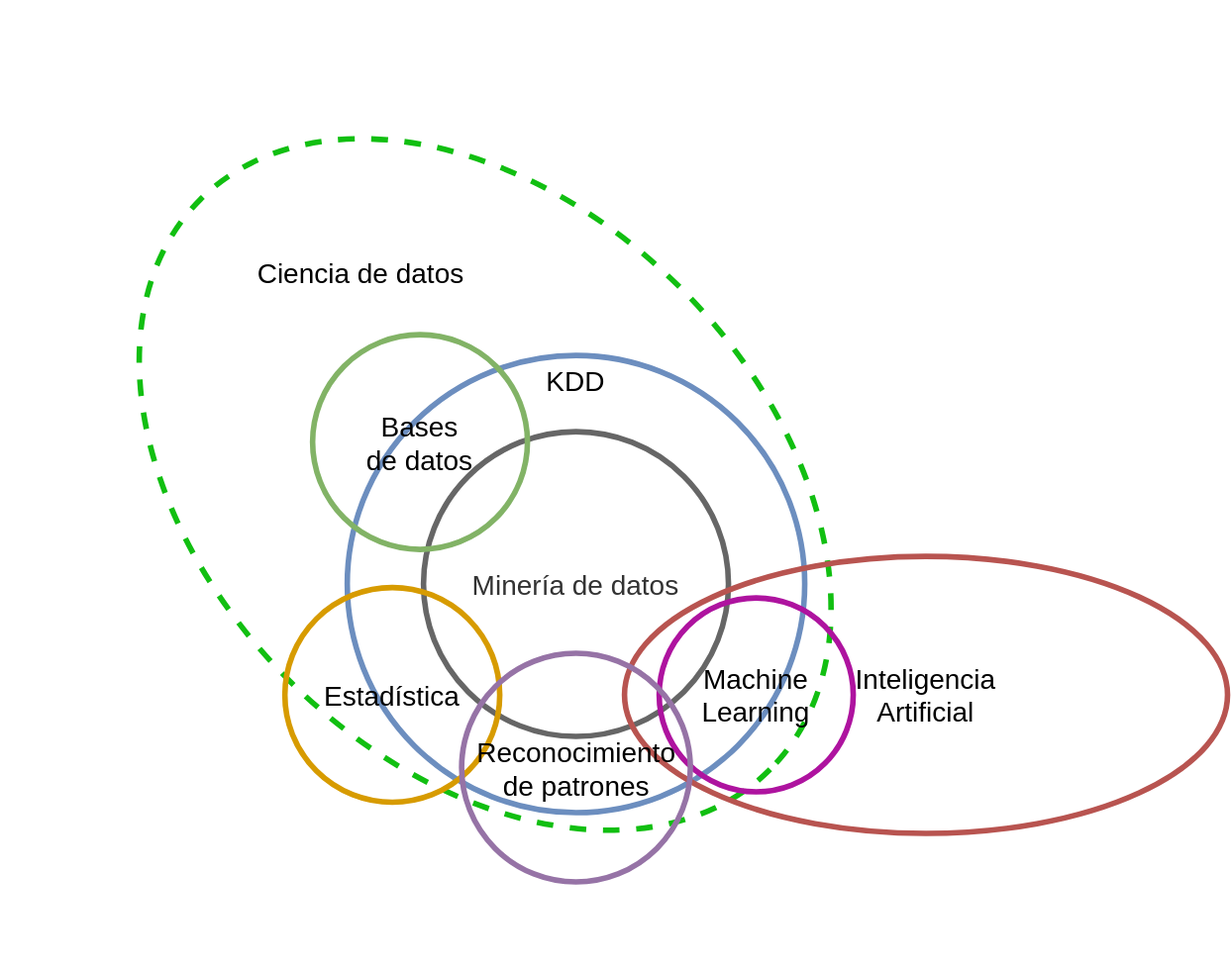
Earlier version of the draw.io export Project/Latex/figures/ciencia-de-datos.drawio.svg (nonodev96/RNA_SI). Source tidied: cells renumbered, new cells last; positions are measured from the earlier drawing's top-left corner, leaving out a move shared by most shapes.
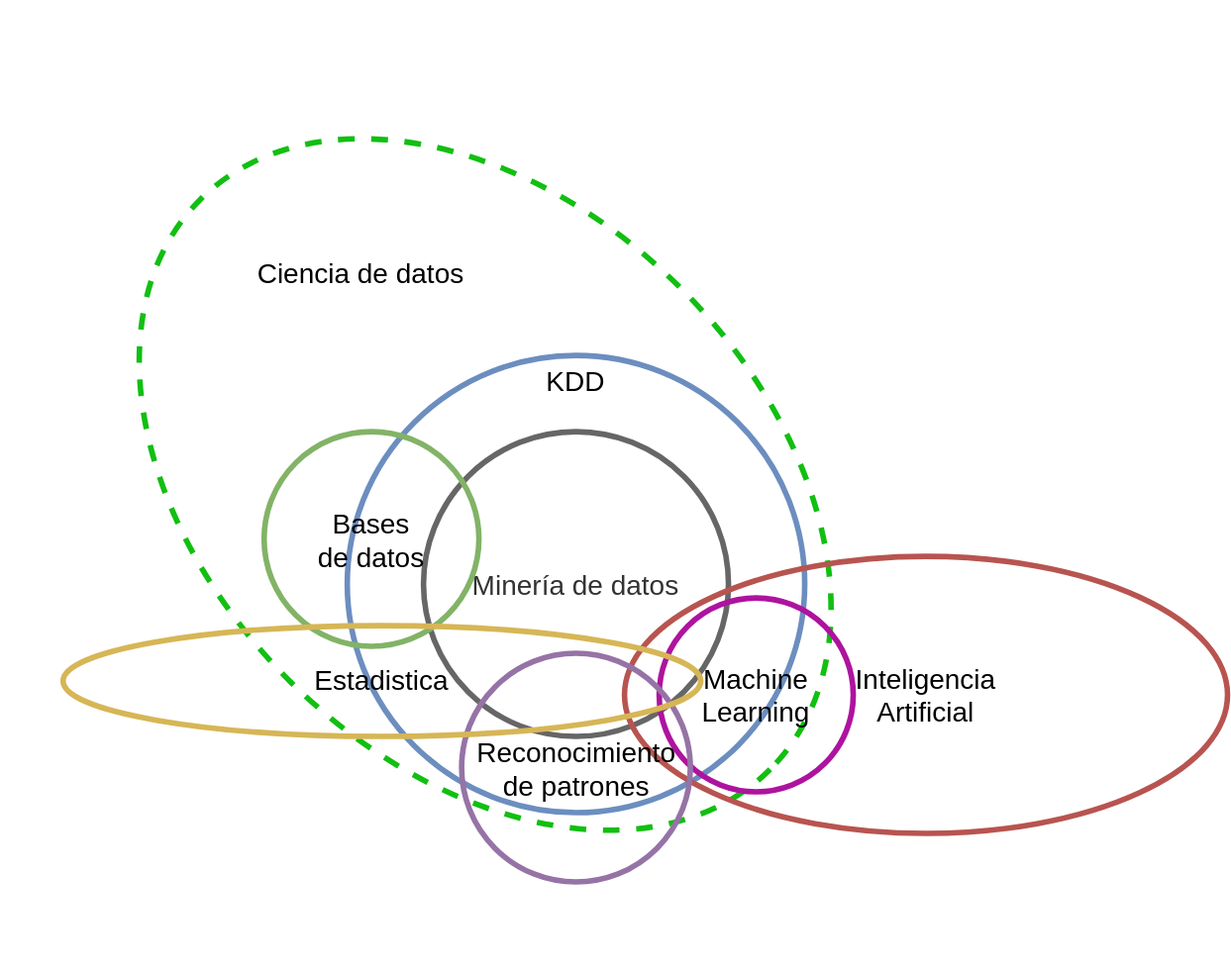
Above is the later version.

Change to the diagram source:
```diff
@@ -12,11 +12,8 @@
       <mxGeometry x="246" y="162" width="220" height="220" as="geometry" />
     </mxCell>
     <mxCell id="5" value="&lt;span style=&quot;font-size: 20px;&quot;&gt;Bases &lt;br&gt;de datos&lt;/span&gt;" style="ellipse;whiteSpace=wrap;html=1;fillColor=none;strokeWidth=4;verticalAlign=middle;strokeColor=#82b366;" parent="1" vertex="1">
-      <mxGeometry x="166" y="92" width="155" height="155" as="geometry" />
+      <mxGeometry x="131" y="162" width="155" height="155" as="geometry" />
     </mxCell>
-    <mxCell id="6" value="&lt;span style=&quot;font-size: 20px;&quot;&gt;Estadística&lt;/span&gt;" style="ellipse;whiteSpace=wrap;html=1;fillColor=none;strokeWidth=4;verticalAlign=middle;strokeColor=#d79b00;" parent="1" vertex="1">
-      <mxGeometry x="146" y="274.5" width="155" height="155" as="geometry" />
-    </mxCell>
     <mxCell id="7" value="&lt;font style=&quot;font-size: 20px;&quot;&gt;Inteligencia&lt;br style=&quot;&quot;&gt;Artificial&lt;/font&gt;" style="ellipse;whiteSpace=wrap;html=1;strokeWidth=4;fillColor=none;strokeColor=#b85450;" parent="1" vertex="1">
       <mxGeometry x="391" y="252" width="435" height="200" as="geometry" />
     </mxCell>
@@ -29,5 +26,8 @@
     <mxCell id="10" value="&lt;span style=&quot;font-size: 20px;&quot;&gt;Reconocimiento de patrones&lt;/span&gt;" style="ellipse;whiteSpace=wrap;html=1;fillColor=none;strokeWidth=4;verticalAlign=middle;strokeColor=#9673a6;" parent="1" vertex="1">
       <mxGeometry x="273.5" y="322" width="165" height="165" as="geometry" />
     </mxCell>
+    <mxCell id="11" value="&lt;font style=&quot;font-size: 20px;&quot;&gt;Estadistica&lt;/font&gt;" style="ellipse;whiteSpace=wrap;html=1;fillColor=none;strokeColor=#d6b656;strokeWidth=4;fontSize=19;fontStyle=0;" parent="1" vertex="1">
+      <mxGeometry x="-14" y="302" width="460" height="80" as="geometry" />
+    </mxCell>
   </root>
 </mxGraphModel>
```
